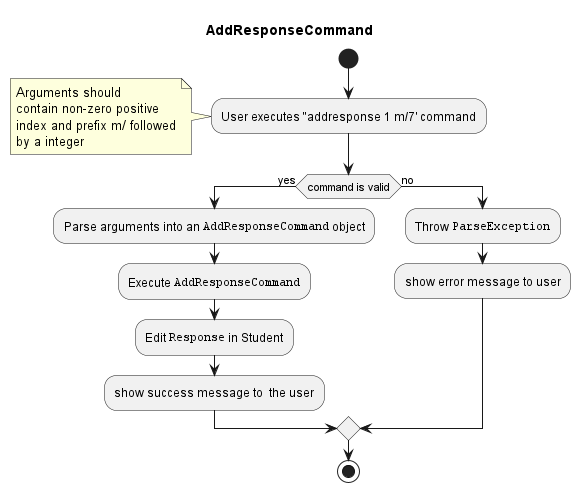
Above: docs/images/AddResponseActivityDiagram.png in nus-cs2103-AY2223S1/tp (PlantUML), before the change.
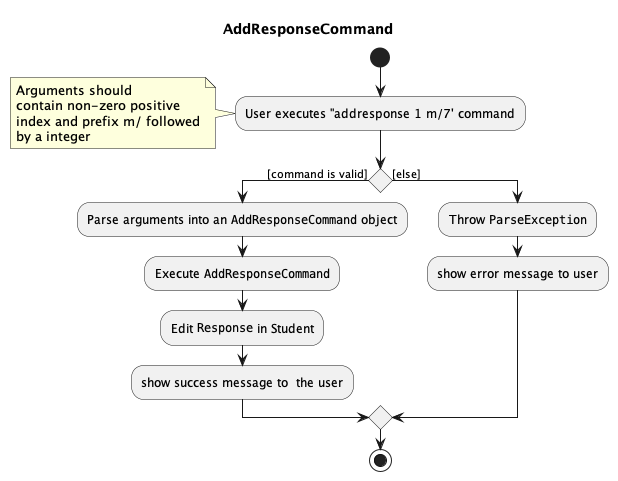
The same diagram one commit later.

Change to the diagram source:
```diff
@@ -10,7 +10,7 @@
     by a integer
 end note
 
-if (command is valid) then (yes)
+if () then ([command is valid])
 
     :Parse arguments into an ""AddResponseCommand"" object;
 
@@ -19,7 +19,7 @@
     :Edit ""Response"" in Student;
 
     :show success message to  the user;
-else (no)
+else ([else])
     :Throw ""ParseException"";
 
     :show error message to user;
```
